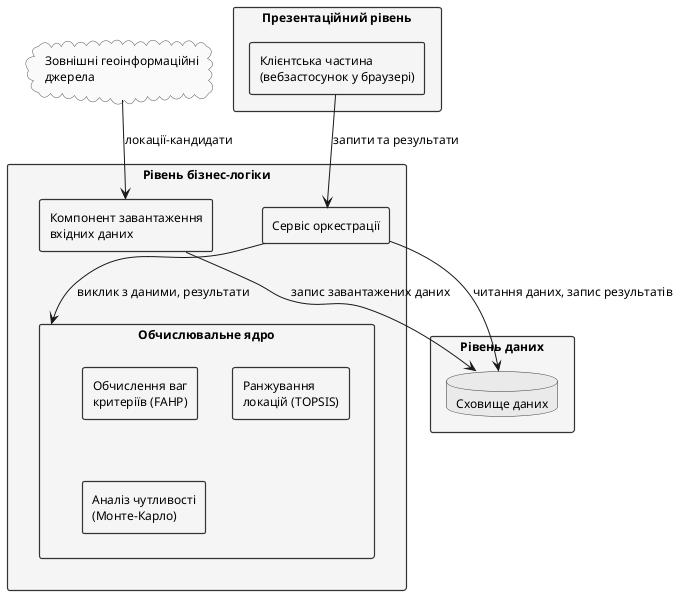
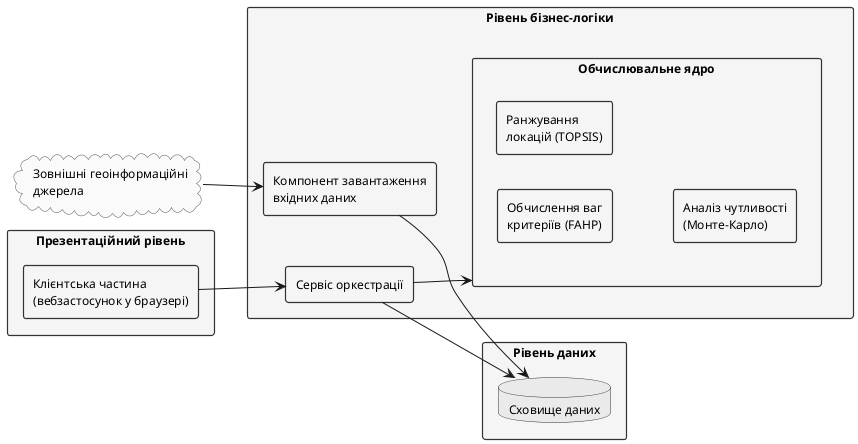
@startuml
' Рис. 2.2. Структурна схема системи: трирівнева клієнт-серверна архітектура
+ left to right direction
skinparam shadowing false
skinparam defaultFontName "Times New Roman"
skinparam defaultFontSize 12
skinparam rectangle {
    BackgroundColor #f5f5f5
    BorderColor #333333
    BorderThickness 1.2
}
skinparam database {
    BackgroundColor #eaeaea
    BorderColor #333333
}
skinparam cloud {
    BackgroundColor #fafafa
    BorderColor #555555
}

cloud "Зовнішні геоінформаційні\nджерела" as EXT

rectangle "Презентаційний рівень" as L1 {
    rectangle "Клієнтська частина\n(вебзастосунок у браузері)" as Client
}

rectangle "Рівень бізнес-логіки" as L2 {
    rectangle "Компонент завантаження\nвхідних даних" as Loader
+     rectangle "Сервіс оркестрації" as Orch
    rectangle "Обчислювальне ядро" as Core {
        rectangle "Обчислення ваг\nкритеріїв (FAHP)" as M1
        rectangle "Ранжування\nлокацій (TOPSIS)" as M2
        rectangle "Аналіз чутливості\n(Монте-Карло)" as M3
    }
-     rectangle "Сервіс оркестрації" as Orch
}

rectangle "Рівень даних" as L3 {
    database "Сховище даних" as DB
}

- EXT --> Loader : локації-кандидати
- Client --> Orch : запити та результати
- Orch --> Core : виклик з даними, результати
- Orch --> DB : читання даних, запис результатів
- Loader --> DB : запис завантажених даних
+ EXT --> Loader
+ Client --> Orch
+ Orch --> Core
+ Orch --> DB
+ Loader --> DB

@enduml
